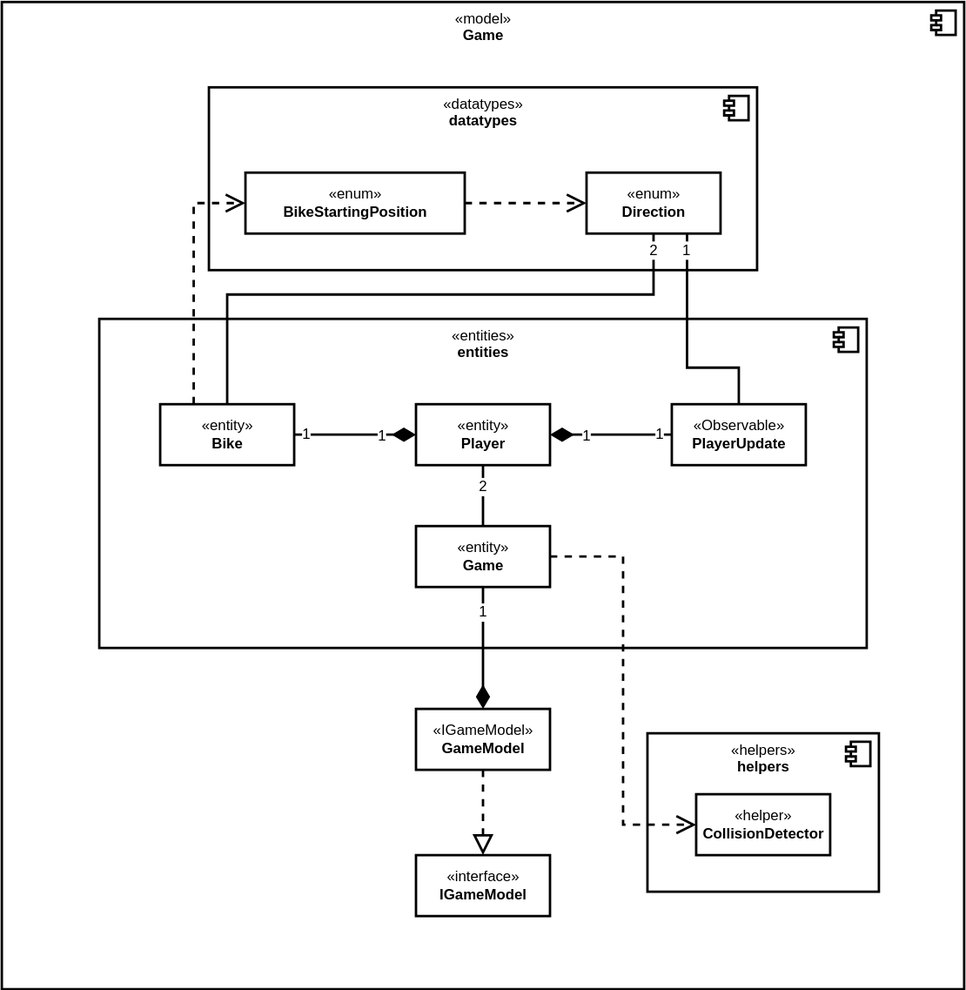
HaniAlshikh/tron keeps this draw.io diagram as docs/application/diagrams/GameModelClassDiagram.drawio.svg. Above is the earlier version. Source tidied: cells renumbered, new cells last; positions are measured from the earlier drawing's top-left corner, leaving out a move shared by most shapes.
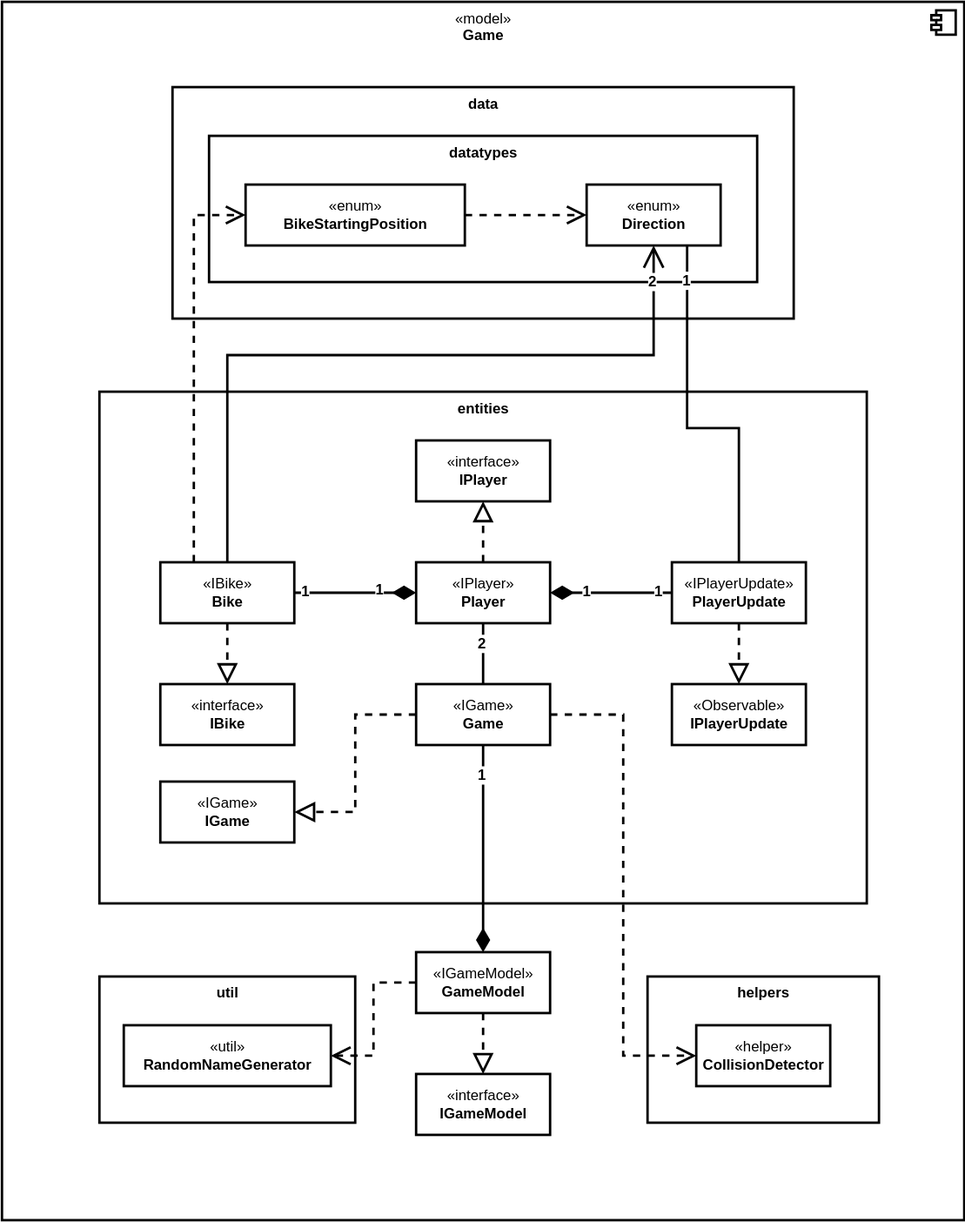
Later version of the same file.

Change to the diagram source:
```diff
@@ -3,36 +3,29 @@
     <mxCell id="0" />
     <mxCell id="1" parent="0" />
     <mxCell id="2" value="«model»&lt;b&gt;&lt;br&gt;Game&lt;/b&gt;" style="html=1;strokeWidth=2;align=center;verticalAlign=top;" parent="1" vertex="1">
-      <mxGeometry width="790" height="810" as="geometry" />
+      <mxGeometry y="-50" width="790" height="1000" as="geometry" />
     </mxCell>
     <mxCell id="3" style="shape=module;jettyWidth=8;jettyHeight=4;strokeWidth=2;align=center;verticalAlign=middle;" parent="2" vertex="1">
       <mxGeometry x="1" width="20" height="20" relative="1" as="geometry">
         <mxPoint x="-27" y="7" as="offset" />
       </mxGeometry>
     </mxCell>
+    <mxCell id="37" value="&lt;b&gt;data&lt;br&gt;&lt;/b&gt;" style="html=1;strokeWidth=2;align=center;verticalAlign=top;" parent="1" vertex="1">
+      <mxGeometry x="140" y="20" width="510" height="190" as="geometry" />
+    </mxCell>
-    <mxCell id="4" value="«datatypes»&lt;br&gt;&lt;b&gt;datatypes&lt;br&gt;&lt;/b&gt;" style="html=1;strokeWidth=2;align=center;verticalAlign=top;" parent="1" vertex="1">
-      <mxGeometry x="170" y="70" width="450" height="150" as="geometry" />
+    <mxCell id="4" value="&lt;b&gt;datatypes&lt;br&gt;&lt;/b&gt;" style="html=1;strokeWidth=2;align=center;verticalAlign=top;" parent="1" vertex="1">
+      <mxGeometry x="170" y="60" width="450" height="120" as="geometry" />
     </mxCell>
-    <mxCell id="5" style="shape=module;jettyWidth=8;jettyHeight=4;strokeWidth=2;align=center;verticalAlign=middle;" parent="4" vertex="1">
-      <mxGeometry x="1" width="20" height="20" relative="1" as="geometry">
-        <mxPoint x="-27" y="7" as="offset" />
-      </mxGeometry>
-    </mxCell>
     <mxCell id="6" value="«enum»&lt;br&gt;&lt;b&gt;BikeStartingPosition&lt;/b&gt;" style="html=1;strokeWidth=2;" parent="1" vertex="1">
-      <mxGeometry x="200" y="140" width="180" height="50" as="geometry" />
+      <mxGeometry x="200" y="100" width="180" height="50" as="geometry" />
     </mxCell>
     <mxCell id="7" value="«enum»&lt;br&gt;&lt;b&gt;Direction&lt;/b&gt;" style="html=1;strokeWidth=2;" parent="1" vertex="1">
-      <mxGeometry x="480" y="140" width="110" height="50" as="geometry" />
+      <mxGeometry x="480" y="100" width="110" height="50" as="geometry" />
     </mxCell>
-    <mxCell id="8" value="«entities»&lt;br&gt;&lt;b&gt;entities&lt;br&gt;&lt;/b&gt;" style="html=1;strokeWidth=2;align=center;verticalAlign=top;" parent="1" vertex="1">
-      <mxGeometry x="80" y="260" width="630" height="270" as="geometry" />
+    <mxCell id="8" value="&lt;b&gt;entities&lt;br&gt;&lt;/b&gt;" style="html=1;strokeWidth=2;align=center;verticalAlign=top;" parent="1" vertex="1">
+      <mxGeometry x="80" y="270" width="630" height="420" as="geometry" />
     </mxCell>
-    <mxCell id="9" style="shape=module;jettyWidth=8;jettyHeight=4;strokeWidth=2;align=center;verticalAlign=middle;" parent="8" vertex="1">
-      <mxGeometry x="1" width="20" height="20" relative="1" as="geometry">
-        <mxPoint x="-27" y="7" as="offset" />
-      </mxGeometry>
-    </mxCell>
-    <mxCell id="10" style="edgeStyle=orthogonalEdgeStyle;rounded=0;html=1;fontSize=12;endArrow=none;endFill=0;endSize=14;strokeWidth=2;exitX=0.5;exitY=0;exitDx=0;exitDy=0;" parent="1" edge="1" source="12" target="7">
+    <mxCell id="10" style="edgeStyle=orthogonalEdgeStyle;rounded=0;html=1;fontSize=12;endArrow=open;endFill=0;endSize=14;strokeWidth=2;exitX=0.5;exitY=0;exitDx=0;exitDy=0;" parent="1" edge="1" source="12" target="7">
       <mxGeometry relative="1" as="geometry">
         <Array as="points">
           <mxPoint x="185" y="240" />
@@ -40,23 +33,39 @@
         </Array>
       </mxGeometry>
     </mxCell>
-    <mxCell id="11" value="2" style="edgeLabel;html=1;align=center;verticalAlign=middle;fontSize=12;" parent="10" vertex="1">
-      <mxGeometry x="0.95" y="1" relative="1" as="geometry" />
+    <mxCell id="11" value="2" style="edgeLabel;html=1;align=center;verticalAlign=middle;fontSize=12;fontStyle=1;" parent="10" vertex="1">
+      <mxGeometry x="0.95" y="1" relative="1" as="geometry">
+        <mxPoint y="13" as="offset" />
+      </mxGeometry>
     </mxCell>
+    <mxCell id="38" style="edgeStyle=none;shape=connector;rounded=1;html=1;dashed=1;labelBackgroundColor=default;fontFamily=Helvetica;fontSize=12;fontColor=default;endArrow=block;endFill=0;endSize=12;strokeColor=default;strokeWidth=2;" parent="1" edge="1" source="12" target="42">
+      <mxGeometry relative="1" as="geometry" />
+    </mxCell>
-    <mxCell id="12" value="«entity»&lt;br&gt;&lt;b&gt;Bike&lt;/b&gt;" style="html=1;strokeWidth=2;" parent="1" vertex="1">
-      <mxGeometry x="130" y="330" width="110" height="50" as="geometry" />
+    <mxCell id="12" value="«IBike»&lt;br&gt;&lt;b&gt;Bike&lt;/b&gt;" style="html=1;strokeWidth=2;" parent="1" vertex="1">
+      <mxGeometry x="130" y="410" width="110" height="50" as="geometry" />
     </mxCell>
     <mxCell id="13" style="edgeStyle=orthogonalEdgeStyle;rounded=0;html=1;fontSize=12;endArrow=none;endFill=0;endSize=24;strokeWidth=2;" parent="1" edge="1" source="15" target="16">
       <mxGeometry relative="1" as="geometry" />
     </mxCell>
-    <mxCell id="14" value="2" style="edgeLabel;html=1;align=center;verticalAlign=middle;fontSize=12;" parent="13" vertex="1">
+    <mxCell id="14" value="&lt;b&gt;2&lt;/b&gt;" style="edgeLabel;html=1;align=center;verticalAlign=middle;fontSize=12;" parent="13" vertex="1">
       <mxGeometry x="0.33" y="1" relative="1" as="geometry" />
     </mxCell>
+    <mxCell id="39" style="edgeStyle=orthogonalEdgeStyle;shape=connector;rounded=0;html=1;dashed=1;labelBackgroundColor=default;fontFamily=Helvetica;fontSize=12;fontColor=default;endArrow=block;endFill=0;endSize=12;strokeColor=default;strokeWidth=2;" parent="1" edge="1" source="15" target="45">
+      <mxGeometry relative="1" as="geometry">
+        <Array as="points">
+          <mxPoint x="290" y="535" />
+          <mxPoint x="290" y="615" />
+        </Array>
+      </mxGeometry>
+    </mxCell>
-    <mxCell id="15" value="«entity»&lt;br&gt;&lt;b&gt;Game&lt;/b&gt;" style="html=1;strokeWidth=2;" parent="1" vertex="1">
-      <mxGeometry x="340" y="430" width="110" height="50" as="geometry" />
+    <mxCell id="15" value="«IGame»&lt;br&gt;&lt;b&gt;Game&lt;/b&gt;" style="html=1;strokeWidth=2;" parent="1" vertex="1">
+      <mxGeometry x="340" y="510" width="110" height="50" as="geometry" />
     </mxCell>
+    <mxCell id="40" style="edgeStyle=none;shape=connector;rounded=1;html=1;entryX=0.5;entryY=1;entryDx=0;entryDy=0;dashed=1;labelBackgroundColor=default;fontFamily=Helvetica;fontSize=12;fontColor=default;endArrow=block;endFill=0;endSize=12;strokeColor=default;strokeWidth=2;" parent="1" edge="1" source="16" target="43">
+      <mxGeometry relative="1" as="geometry" />
+    </mxCell>
-    <mxCell id="16" value="«entity»&lt;br&gt;&lt;b&gt;Player&lt;/b&gt;" style="html=1;strokeWidth=2;" parent="1" vertex="1">
-      <mxGeometry x="340" y="330" width="110" height="50" as="geometry" />
+    <mxCell id="16" value="«IPlayer»&lt;br&gt;&lt;b&gt;Player&lt;/b&gt;" style="html=1;strokeWidth=2;" parent="1" vertex="1">
+      <mxGeometry x="340" y="410" width="110" height="50" as="geometry" />
     </mxCell>
     <mxCell id="17" style="edgeStyle=orthogonalEdgeStyle;rounded=0;html=1;fontSize=12;endArrow=none;endFill=0;endSize=14;strokeWidth=2;exitX=0.5;exitY=0;exitDx=0;exitDy=0;entryX=0.75;entryY=1;entryDx=0;entryDy=0;" parent="1" edge="1" source="19" target="7">
       <mxGeometry relative="1" as="geometry">
@@ -66,30 +75,28 @@
         </Array>
       </mxGeometry>
     </mxCell>
-    <mxCell id="18" value="1" style="edgeLabel;html=1;align=center;verticalAlign=middle;fontSize=12;" parent="17" vertex="1">
+    <mxCell id="18" value="1" style="edgeLabel;html=1;align=center;verticalAlign=middle;fontSize=12;fontStyle=1;" parent="17" vertex="1">
       <mxGeometry x="0.95" y="1" relative="1" as="geometry">
-        <mxPoint y="9" as="offset" />
+        <mxPoint y="21" as="offset" />
       </mxGeometry>
     </mxCell>
+    <mxCell id="41" style="edgeStyle=none;shape=connector;rounded=1;html=1;dashed=1;labelBackgroundColor=default;fontFamily=Helvetica;fontSize=12;fontColor=default;endArrow=block;endFill=0;endSize=12;strokeColor=default;strokeWidth=2;" parent="1" edge="1" source="19" target="44">
+      <mxGeometry relative="1" as="geometry" />
+    </mxCell>
-    <mxCell id="19" value="«Observable»&lt;br&gt;&lt;b&gt;PlayerUpdate&lt;/b&gt;" style="html=1;strokeWidth=2;" parent="1" vertex="1">
-      <mxGeometry x="550" y="330" width="110" height="50" as="geometry" />
+    <mxCell id="19" value="«IPlayerUpdate»&lt;br&gt;&lt;b&gt;PlayerUpdate&lt;/b&gt;" style="html=1;strokeWidth=2;" parent="1" vertex="1">
+      <mxGeometry x="550" y="410" width="110" height="50" as="geometry" />
     </mxCell>
-    <mxCell id="20" value="«helpers»&lt;br&gt;&lt;b&gt;helpers&lt;br&gt;&lt;/b&gt;" style="html=1;strokeWidth=2;align=center;verticalAlign=top;" parent="1" vertex="1">
-      <mxGeometry x="530" y="600" width="190" height="130" as="geometry" />
+    <mxCell id="20" value="&lt;b&gt;helpers&lt;br&gt;&lt;/b&gt;" style="html=1;strokeWidth=2;align=center;verticalAlign=top;" parent="1" vertex="1">
+      <mxGeometry x="530" y="750" width="190" height="120" as="geometry" />
     </mxCell>
-    <mxCell id="21" style="shape=module;jettyWidth=8;jettyHeight=4;strokeWidth=2;align=center;verticalAlign=middle;" parent="20" vertex="1">
-      <mxGeometry x="1" width="20" height="20" relative="1" as="geometry">
-        <mxPoint x="-27" y="7" as="offset" />
-      </mxGeometry>
-    </mxCell>
     <mxCell id="22" value="«helper»&lt;br&gt;&lt;b&gt;CollisionDetector&lt;/b&gt;" style="html=1;strokeWidth=2;" parent="1" vertex="1">
-      <mxGeometry x="570" y="650" width="110" height="50" as="geometry" />
+      <mxGeometry x="570" y="790" width="110" height="50" as="geometry" />
     </mxCell>
     <mxCell id="23" value="«interface»&lt;br&gt;&lt;b&gt;IGameModel&lt;/b&gt;" style="html=1;strokeWidth=2;" parent="1" vertex="1">
-      <mxGeometry x="340" y="700" width="110" height="50" as="geometry" />
+      <mxGeometry x="340" y="830" width="110" height="50" as="geometry" />
     </mxCell>
     <mxCell id="24" value="«IGameModel»&lt;br&gt;&lt;b&gt;GameModel&lt;/b&gt;" style="html=1;strokeWidth=2;" parent="1" vertex="1">
-      <mxGeometry x="340" y="580" width="110" height="50" as="geometry" />
+      <mxGeometry x="340" y="730" width="110" height="50" as="geometry" />
     </mxCell>
     <mxCell id="25" style="endArrow=block;dashed=1;endFill=0;endSize=12;html=1;fontSize=12;strokeWidth=2;" parent="1" edge="1" source="24" target="23">
       <mxGeometry relative="1" as="geometry" />
@@ -97,7 +104,7 @@
     <mxCell id="26" style="endArrow=diamondThin;endFill=1;endSize=14;html=1;fontSize=12;strokeWidth=2;edgeStyle=orthogonalEdgeStyle;rounded=0;exitX=0.5;exitY=1;exitDx=0;exitDy=0;" parent="1" edge="1" source="15" target="24">
       <mxGeometry relative="1" as="geometry" />
     </mxCell>
-    <mxCell id="27" value="1" style="edgeLabel;html=1;align=center;verticalAlign=middle;fontSize=12;" parent="26" vertex="1">
+    <mxCell id="27" value="1" style="edgeLabel;html=1;align=center;verticalAlign=middle;fontSize=12;fontStyle=1;" parent="26" vertex="1">
       <mxGeometry x="-0.87" y="1" relative="1" as="geometry">
         <mxPoint x="-2" y="13" as="offset" />
       </mxGeometry>
@@ -105,27 +112,27 @@
     <mxCell id="28" style="endArrow=diamondThin;endFill=1;endSize=14;html=1;fontSize=12;strokeWidth=2;edgeStyle=orthogonalEdgeStyle;rounded=0;" parent="1" edge="1" source="19" target="16">
       <mxGeometry relative="1" as="geometry" />
     </mxCell>
-    <mxCell id="29" value="1" style="edgeLabel;html=1;align=center;verticalAlign=middle;fontSize=12;" parent="28" vertex="1">
+    <mxCell id="29" value="&lt;b&gt;1&lt;/b&gt;" style="edgeLabel;html=1;align=center;verticalAlign=middle;fontSize=12;" parent="28" vertex="1">
       <mxGeometry x="-0.87" y="1" relative="1" as="geometry">
-        <mxPoint x="-4" y="-2" as="offset" />
+        <mxPoint x="-5" y="-2" as="offset" />
       </mxGeometry>
     </mxCell>
-    <mxCell id="30" value="1" style="edgeLabel;html=1;align=center;verticalAlign=middle;fontSize=12;" parent="28" vertex="1">
+    <mxCell id="30" value="&lt;b&gt;1&lt;/b&gt;" style="edgeLabel;html=1;align=center;verticalAlign=middle;fontSize=12;" parent="28" vertex="1">
       <mxGeometry x="0.46" relative="1" as="geometry">
-        <mxPoint x="2" as="offset" />
+        <mxPoint x="3" y="-1" as="offset" />
       </mxGeometry>
     </mxCell>
     <mxCell id="31" style="endArrow=diamondThin;endFill=1;endSize=14;html=1;fontSize=12;strokeWidth=2;edgeStyle=orthogonalEdgeStyle;rounded=0;" parent="1" edge="1" source="12" target="16">
       <mxGeometry relative="1" as="geometry" />
     </mxCell>
-    <mxCell id="32" value="1" style="edgeLabel;html=1;align=center;verticalAlign=middle;fontSize=12;" parent="31" vertex="1">
+    <mxCell id="32" value="&lt;b&gt;1&lt;/b&gt;" style="edgeLabel;html=1;align=center;verticalAlign=middle;fontSize=12;" parent="31" vertex="1">
       <mxGeometry x="-0.87" y="1" relative="1" as="geometry">
         <mxPoint x="2" as="offset" />
       </mxGeometry>
     </mxCell>
-    <mxCell id="33" value="1" style="edgeLabel;html=1;align=center;verticalAlign=middle;fontSize=12;" parent="31" vertex="1">
+    <mxCell id="33" value="&lt;b&gt;1&lt;/b&gt;" style="edgeLabel;html=1;align=center;verticalAlign=middle;fontSize=12;" parent="31" vertex="1">
       <mxGeometry x="0.48" relative="1" as="geometry">
-        <mxPoint x="-2" as="offset" />
+        <mxPoint x="-4" y="-2" as="offset" />
       </mxGeometry>
     </mxCell>
     <mxCell id="34" style="endArrow=open;endSize=12;dashed=1;html=1;fontSize=12;strokeWidth=2;" parent="1" edge="1" source="6" target="7">
@@ -134,12 +141,33 @@
     <mxCell id="35" style="endArrow=open;endSize=12;dashed=1;html=1;fontSize=12;strokeWidth=2;exitX=0.25;exitY=0;exitDx=0;exitDy=0;edgeStyle=orthogonalEdgeStyle;rounded=0;entryX=0;entryY=0.5;entryDx=0;entryDy=0;" parent="1" edge="1" source="12" target="6">
       <mxGeometry relative="1" as="geometry">
         <Array as="points">
-          <mxPoint x="158" y="165" />
+          <mxPoint x="158" y="125" />
         </Array>
       </mxGeometry>
     </mxCell>
     <mxCell id="36" style="endArrow=open;endSize=12;dashed=1;html=1;fontSize=12;strokeWidth=2;edgeStyle=orthogonalEdgeStyle;rounded=0;entryX=0;entryY=0.5;entryDx=0;entryDy=0;exitX=1;exitY=0.5;exitDx=0;exitDy=0;" parent="1" edge="1" source="15" target="22">
       <mxGeometry relative="1" as="geometry" />
     </mxCell>
+    <mxCell id="42" value="«interface»&lt;br&gt;&lt;b&gt;IBike&lt;/b&gt;" style="html=1;strokeWidth=2;" parent="1" vertex="1">
+      <mxGeometry x="130" y="510" width="110" height="50" as="geometry" />
+    </mxCell>
+    <mxCell id="43" value="«interface»&lt;br&gt;&lt;b&gt;IPlayer&lt;/b&gt;" style="html=1;strokeWidth=2;" parent="1" vertex="1">
+      <mxGeometry x="340" y="310" width="110" height="50" as="geometry" />
+    </mxCell>
+    <mxCell id="44" value="«Observable»&lt;br&gt;&lt;b&gt;IPlayerUpdate&lt;/b&gt;" style="html=1;strokeWidth=2;" parent="1" vertex="1">
+      <mxGeometry x="550" y="510" width="110" height="50" as="geometry" />
+    </mxCell>
+    <mxCell id="45" value="«IGame»&lt;br&gt;&lt;b&gt;IGame&lt;/b&gt;" style="html=1;strokeWidth=2;" parent="1" vertex="1">
+      <mxGeometry x="130" y="590" width="110" height="50" as="geometry" />
+    </mxCell>
+    <mxCell id="46" value="&lt;b&gt;util&lt;br&gt;&lt;/b&gt;" style="html=1;strokeWidth=2;align=center;verticalAlign=top;" parent="1" vertex="1">
+      <mxGeometry x="80" y="750" width="210" height="120" as="geometry" />
+    </mxCell>
+    <mxCell id="47" value="«util»&lt;br&gt;&lt;b&gt;RandomNameGenerator&lt;/b&gt;" style="html=1;strokeWidth=2;" parent="1" vertex="1">
+      <mxGeometry x="100" y="790" width="170" height="50" as="geometry" />
+    </mxCell>
+    <mxCell id="48" style="edgeStyle=orthogonalEdgeStyle;shape=connector;rounded=0;html=1;entryX=1;entryY=0.5;entryDx=0;entryDy=0;dashed=1;labelBackgroundColor=default;fontFamily=Helvetica;fontSize=12;fontColor=default;endArrow=open;endSize=12;strokeColor=default;strokeWidth=2;" parent="1" edge="1" source="24" target="47">
+      <mxGeometry relative="1" as="geometry" />
+    </mxCell>
   </root>
 </mxGraphModel>
```
